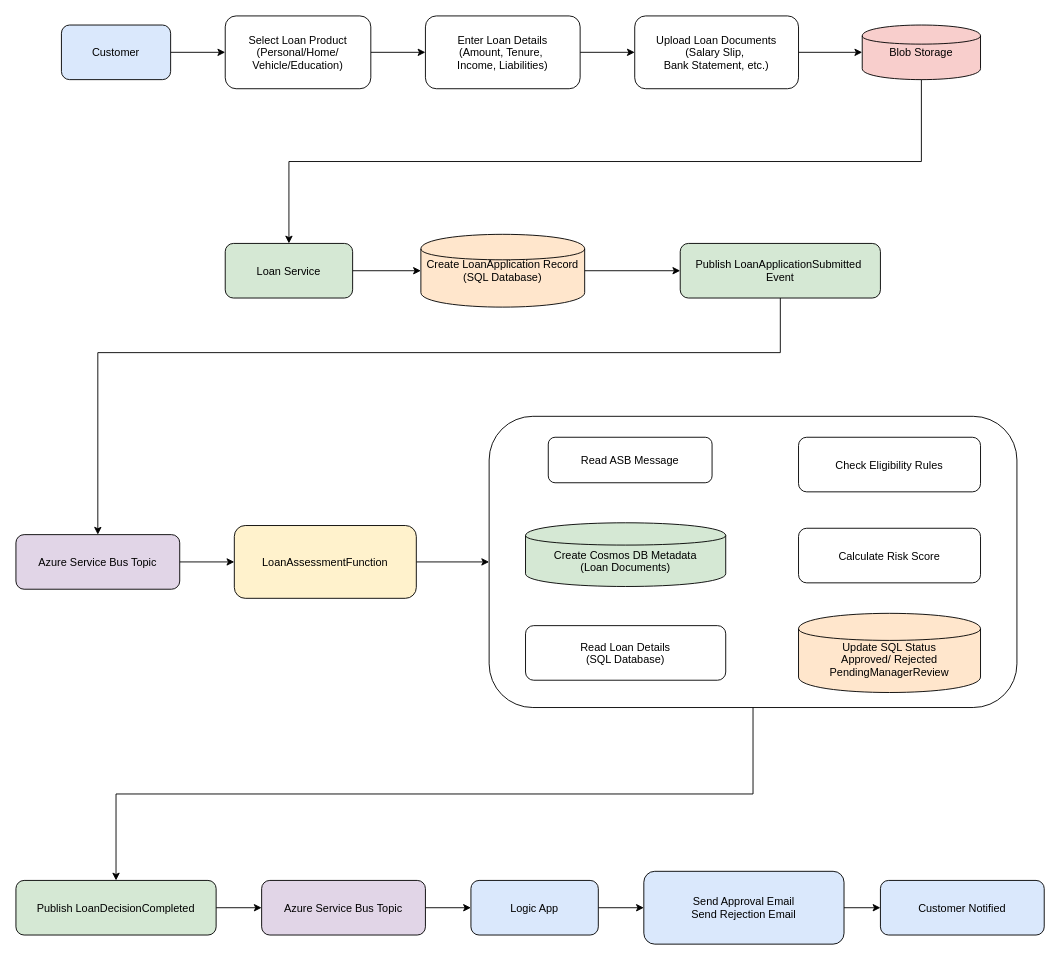
kirtish19/BankingApp keeps this draw.io diagram as Documents/LoanApplication/LoanApplication.drawio. Above is the earlier version. Source tidied: cells renumbered, new cells numbered last; positions are measured from the earlier drawing's top-left corner, leaving out a move shared by most shapes. Both pictures are drawn from the tidied source at 91%, with x=0, y=0 at pixel (15, 15).
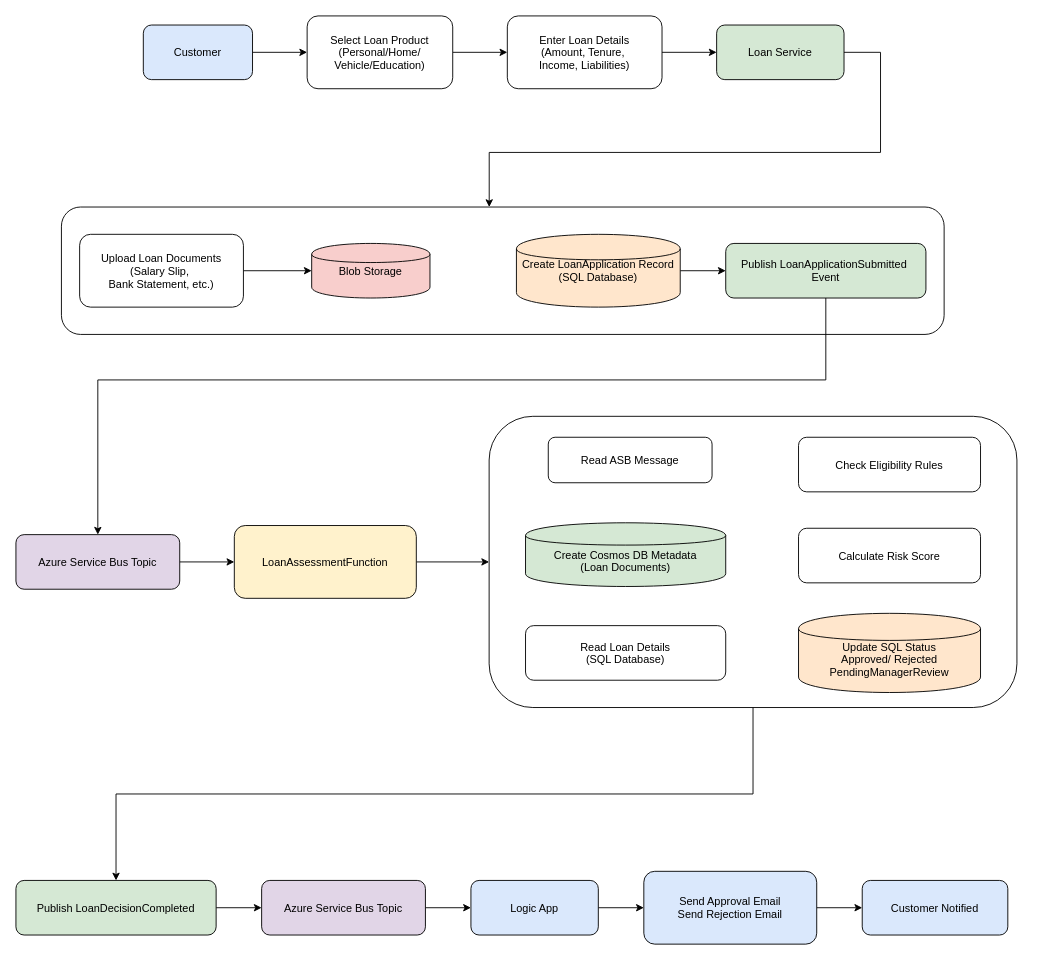
Above is the later version.

Commit message (it also covers changes not shown here):
Loan application work flow updated

Unchanged cells that the change refers to:
```xml
<mxCell id="19" value="Azure Service Bus Topic" style="rounded=1;fillColor=#e1d5e7;" parent="1" vertex="1">
  <mxGeometry y="570" width="180" height="60" as="geometry" />
</mxCell>
```

Diff of the diagram source:
```diff
@@
+    <mxCell id="39" style="rounded=1;whiteSpace=wrap;html=1;" parent="1" vertex="1">
+      <mxGeometry x="50" y="210" width="970" height="140" as="geometry" />
+    </mxCell>
@@
     <mxCell id="4" value="Customer" style="rounded=1;whiteSpace=wrap;html=1;fillColor=#dae8fc;" parent="1" vertex="1">
-      <mxGeometry x="50" y="10" width="120" height="60" as="geometry" />
+      <mxGeometry x="140" y="10" width="120" height="60" as="geometry" />
     </mxCell>
@@
     <mxCell id="6" value="Select Loan Product&#10;(Personal/Home/&#10;Vehicle/Education)" style="rounded=1;" parent="1" vertex="1">
-      <mxGeometry x="230" width="160" height="80" as="geometry" />
+      <mxGeometry x="320" width="160" height="80" as="geometry" />
     </mxCell>
-    <mxCell id="7" style="edgeStyle=orthogonalEdgeStyle;rounded=0;jettySize=auto;html=1;" parent="1" edge="1" source="8" target="10">
-      <mxGeometry relative="1" as="geometry" />
-    </mxCell>
+    <mxCell id="40" style="edgeStyle=orthogonalEdgeStyle;rounded=0;jettySize=auto;html=1;" parent="1" edge="1" source="8" target="13">
+      <mxGeometry relative="1" as="geometry" />
+    </mxCell>
     <mxCell id="8" value="Enter Loan Details&#10;(Amount, Tenure, &#10;Income, Liabilities)" style="rounded=1;" parent="1" vertex="1">
-      <mxGeometry x="450" width="170" height="80" as="geometry" />
+      <mxGeometry x="540" width="170" height="80" as="geometry" />
     </mxCell>
@@
     <mxCell id="10" value="Upload Loan Documents&#10;(Salary Slip, &#10;Bank Statement, etc.)" style="rounded=1;" parent="1" vertex="1">
-      <mxGeometry x="680" width="180" height="80" as="geometry" />
+      <mxGeometry x="70" y="240" width="180" height="80" as="geometry" />
     </mxCell>
     <mxCell id="11" value="Blob Storage" style="shape=cylinder;fillColor=#f8cecc;" parent="1" vertex="1">
-      <mxGeometry x="930" y="10" width="130" height="60" as="geometry" />
+      <mxGeometry x="325" y="250" width="130" height="60" as="geometry" />
     </mxCell>
-    <mxCell id="12" style="edgeStyle=orthogonalEdgeStyle;rounded=0;jettySize=auto;html=1;" parent="1" edge="1" source="13" target="15">
-      <mxGeometry relative="1" as="geometry" />
+    <mxCell id="12" style="edgeStyle=orthogonalEdgeStyle;rounded=0;jettySize=auto;html=1;" parent="1" edge="1" source="13" target="39">
+      <mxGeometry relative="1" as="geometry">
+        <Array as="points">
+          <mxPoint x="950.1" y="40" />
+          <mxPoint x="950.1" y="150" />
+          <mxPoint x="520.1" y="150" />
+        </Array>
+      </mxGeometry>
     </mxCell>
     <mxCell id="13" value="Loan Service" style="rounded=1;fillColor=#d5e8d4;" parent="1" vertex="1">
-      <mxGeometry x="230" y="250" width="140" height="60" as="geometry" />
+      <mxGeometry x="770" y="10" width="140" height="60" as="geometry" />
     </mxCell>
@@
     <mxCell id="15" value="Create LoanApplication Record&#10;(SQL Database)" style="shape=cylinder;fillColor=#ffe6cc;" parent="1" vertex="1">
-      <mxGeometry x="445" y="240" width="180" height="80" as="geometry" />
+      <mxGeometry x="550" y="240" width="180" height="80" as="geometry" />
     </mxCell>
-    <mxCell id="16" style="edgeStyle=orthogonalEdgeStyle;rounded=0;jettySize=auto;html=1;" parent="1" edge="1" source="17" target="19">
+    <mxCell id="16" style="edgeStyle=orthogonalEdgeStyle;rounded=0;jettySize=auto;html=1;exitX=0.5;exitY=1;exitDx=0;exitDy=0;" parent="1" edge="1" source="17" target="19">
       <mxGeometry relative="1" as="geometry">
         <Array as="points">
-          <mxPoint x="840" y="370" />
-          <mxPoint x="90" y="370" />
+          <mxPoint x="890" y="400" />
+          <mxPoint x="90" y="400" />
         </Array>
       </mxGeometry>
     </mxCell>
     <mxCell id="17" value="Publish LoanApplicationSubmitted &#10;Event" style="rounded=1;fillColor=#d5e8d4;" parent="1" vertex="1">
-      <mxGeometry x="730" y="250" width="220" height="60" as="geometry" />
+      <mxGeometry x="780" y="250" width="220" height="60" as="geometry" />
     </mxCell>
@@
     <mxCell id="35" value="Send Approval Email&#10;Send Rejection Email" style="rounded=1;fillColor=#dae8fc;" parent="1" vertex="1">
-      <mxGeometry x="690" y="940" width="220" height="80" as="geometry" />
+      <mxGeometry x="690" y="940" width="190" height="80" as="geometry" />
     </mxCell>
     <mxCell id="36" value="Customer Notified" style="rounded=1;fillColor=#dae8fc;" parent="1" vertex="1">
-      <mxGeometry x="950" y="950" width="180" height="60" as="geometry" />
+      <mxGeometry x="930" y="950" width="160" height="60" as="geometry" />
     </mxCell>
-    <mxCell id="37" style="endArrow=classic;html=1;rounded=0;exitX=0.5;exitY=1;exitDx=0;exitDy=0;entryX=0.5;entryY=0;entryDx=0;entryDy=0;edgeStyle=orthogonalEdgeStyle;" parent="1" edge="1" source="11" target="13">
-      <mxGeometry relative="1" as="geometry" />
-    </mxCell>
```
